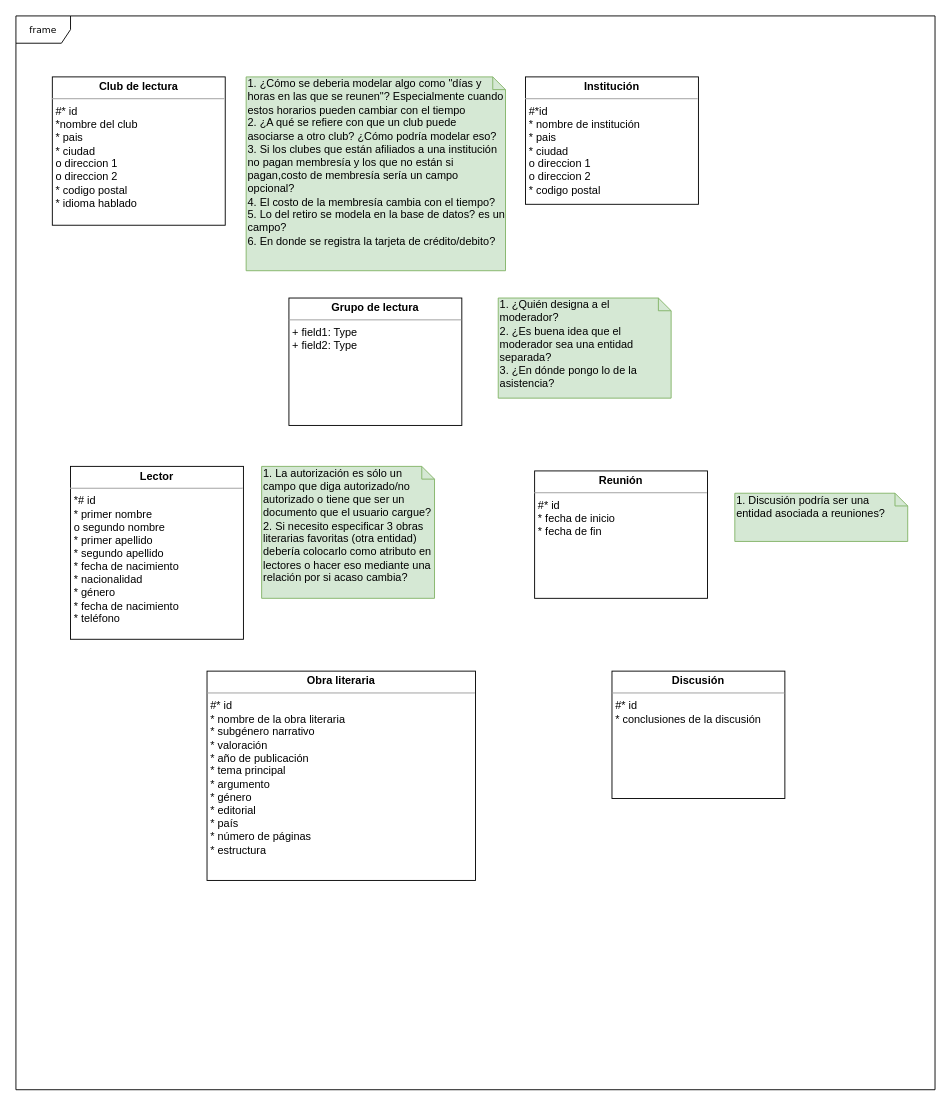
The draw.io diagram DB I/RC (Pseudo) Data structure.drawio in NeutronBlast/IS-Ex, before the edit. Source tidied: cells renumbered, new cells numbered last; positions are measured from the earlier drawing's top-left corner, leaving out a move shared by most shapes. Both pictures are drawn from the tidied source at 91%, with x=0, y=0 at pixel (15, 15).
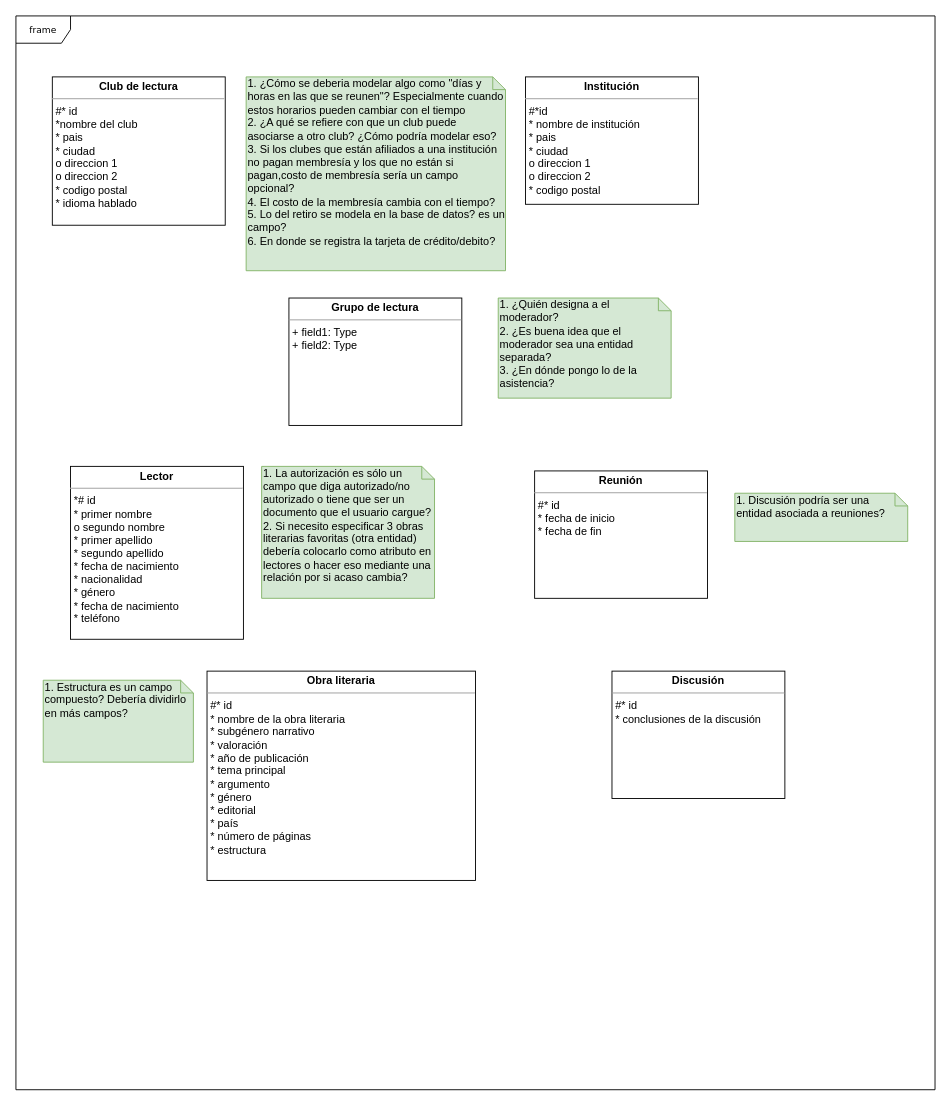
The same diagram, later.

Commit message:
i need help

Change to the diagram source:
```diff
@@
 <mxGraphModel background="#ffffff">
   <root>
     <mxCell id="0" />
     <mxCell id="1" parent="0" />
     <mxCell id="2" value="frame" style="shape=umlFrame;whiteSpace=wrap;html=1;rounded=0;shadow=0;comic=0;labelBackgroundColor=none;strokeColor=#000000;strokeWidth=1;fillColor=#ffffff;fontFamily=Verdana;fontSize=10;fontColor=#000000;align=center;" parent="1" vertex="1">
       <mxGeometry width="1010" height="1180" as="geometry" />
     </mxCell>
     <mxCell id="3" value="&lt;p style=&quot;margin: 0px ; margin-top: 4px ; text-align: center&quot;&gt;&lt;b&gt;Obra literaria&lt;/b&gt;&lt;/p&gt;&lt;hr size=&quot;1&quot;&gt;&lt;p style=&quot;margin: 0px ; margin-left: 4px&quot;&gt;#* id&lt;/p&gt;&lt;p style=&quot;margin: 0px ; margin-left: 4px&quot;&gt;* nombre de la obra literaria&lt;/p&gt;&lt;p style=&quot;margin: 0px ; margin-left: 4px&quot;&gt;* subgénero narrativo&lt;/p&gt;&lt;p style=&quot;margin: 0px ; margin-left: 4px&quot;&gt;* valoración&lt;/p&gt;&lt;p style=&quot;margin: 0px ; margin-left: 4px&quot;&gt;* año de publicación&lt;/p&gt;&lt;p style=&quot;margin: 0px ; margin-left: 4px&quot;&gt;* tema principal&lt;/p&gt;&lt;p style=&quot;margin: 0px ; margin-left: 4px&quot;&gt;* argumento&lt;/p&gt;&lt;p style=&quot;margin: 0px ; margin-left: 4px&quot;&gt;* género&lt;/p&gt;&lt;p style=&quot;margin: 0px ; margin-left: 4px&quot;&gt;* editorial&lt;/p&gt;&lt;p style=&quot;margin: 0px ; margin-left: 4px&quot;&gt;* país&lt;/p&gt;&lt;p style=&quot;margin: 0px ; margin-left: 4px&quot;&gt;* número de páginas&lt;/p&gt;&lt;p style=&quot;margin: 0px ; margin-left: 4px&quot;&gt;* estructura&lt;/p&gt;" style="verticalAlign=top;align=left;overflow=fill;fontSize=12;fontFamily=Helvetica;html=1;rounded=0;shadow=0;comic=0;labelBackgroundColor=none;strokeColor=#000000;strokeWidth=1;fillColor=#ffffff;" parent="1" vertex="1">
       <mxGeometry x="210" y="720" width="295" height="230" as="geometry" />
     </mxCell>
     <mxCell id="4" value="&lt;p style=&quot;margin: 0px ; margin-top: 4px ; text-align: center&quot;&gt;&lt;b&gt;Institución&lt;/b&gt;&lt;/p&gt;&lt;hr size=&quot;1&quot;&gt;&lt;p style=&quot;margin: 0px ; margin-left: 4px&quot;&gt;#*id&amp;nbsp;&lt;/p&gt;&lt;p style=&quot;margin: 0px ; margin-left: 4px&quot;&gt;* nombre de institución&lt;/p&gt;&lt;p style=&quot;margin: 0px 0px 0px 4px&quot;&gt;* pais&lt;/p&gt;&lt;p style=&quot;margin: 0px 0px 0px 4px&quot;&gt;* ciudad&lt;/p&gt;&lt;p style=&quot;margin: 0px 0px 0px 4px&quot;&gt;o direccion 1&lt;/p&gt;&lt;p style=&quot;margin: 0px 0px 0px 4px&quot;&gt;o direccion 2&lt;/p&gt;&lt;p style=&quot;margin: 0px 0px 0px 4px&quot;&gt;* codigo postal&lt;/p&gt;" style="verticalAlign=top;align=left;overflow=fill;fontSize=12;fontFamily=Helvetica;html=1;rounded=0;shadow=0;comic=0;labelBackgroundColor=none;strokeColor=#000000;strokeWidth=1;fillColor=#ffffff;" parent="1" vertex="1">
       <mxGeometry x="560" y="67" width="190" height="140" as="geometry" />
     </mxCell>
     <mxCell id="5" value="&lt;p style=&quot;margin: 0px ; margin-top: 4px ; text-align: center&quot;&gt;&lt;b&gt;Reunión&lt;/b&gt;&lt;/p&gt;&lt;hr size=&quot;1&quot;&gt;&lt;p style=&quot;margin: 0px ; margin-left: 4px&quot;&gt;#* id&lt;/p&gt;&lt;p style=&quot;margin: 0px ; margin-left: 4px&quot;&gt;* fecha de inicio&lt;/p&gt;&lt;p style=&quot;margin: 0px ; margin-left: 4px&quot;&gt;* fecha de fin&lt;/p&gt;" style="verticalAlign=top;align=left;overflow=fill;fontSize=12;fontFamily=Helvetica;html=1;rounded=0;shadow=0;comic=0;labelBackgroundColor=none;strokeColor=#000000;strokeWidth=1;fillColor=#ffffff;" parent="1" vertex="1">
       <mxGeometry x="570" y="500" width="190" height="140" as="geometry" />
     </mxCell>
     <mxCell id="6" value="&lt;p style=&quot;margin: 0px ; margin-top: 4px ; text-align: center&quot;&gt;&lt;b&gt;Club de lectura&lt;/b&gt;&lt;/p&gt;&lt;hr size=&quot;1&quot;&gt;&lt;p style=&quot;margin: 0px ; margin-left: 4px&quot;&gt;#* id&lt;/p&gt;&lt;p style=&quot;margin: 0px ; margin-left: 4px&quot;&gt;*nombre del club&lt;/p&gt;&lt;p style=&quot;margin: 0px ; margin-left: 4px&quot;&gt;* pais&lt;/p&gt;&lt;p style=&quot;margin: 0px ; margin-left: 4px&quot;&gt;* ciudad&lt;/p&gt;&lt;p style=&quot;margin: 0px ; margin-left: 4px&quot;&gt;o direccion 1&lt;/p&gt;&lt;p style=&quot;margin: 0px ; margin-left: 4px&quot;&gt;o direccion 2&lt;/p&gt;&lt;p style=&quot;margin: 0px ; margin-left: 4px&quot;&gt;* codigo postal&lt;/p&gt;&lt;p style=&quot;margin: 0px ; margin-left: 4px&quot;&gt;* idioma hablado&lt;/p&gt;&lt;p style=&quot;margin: 0px ; margin-left: 4px&quot;&gt;&lt;br&gt;&lt;/p&gt;" style="verticalAlign=top;align=left;overflow=fill;fontSize=12;fontFamily=Helvetica;html=1;rounded=0;shadow=0;comic=0;labelBackgroundColor=none;strokeColor=#000000;strokeWidth=1;fillColor=#ffffff;" parent="1" vertex="1">
       <mxGeometry x="40" y="67" width="190" height="163" as="geometry" />
     </mxCell>
     <mxCell id="7" value="&lt;p style=&quot;margin: 0px ; margin-top: 4px ; text-align: center&quot;&gt;&lt;b&gt;Lector&lt;/b&gt;&lt;/p&gt;&lt;hr size=&quot;1&quot;&gt;&lt;p style=&quot;margin: 0px ; margin-left: 4px&quot;&gt;*# id&lt;/p&gt;&lt;p style=&quot;margin: 0px ; margin-left: 4px&quot;&gt;* primer nombre&lt;/p&gt;&lt;p style=&quot;margin: 0px ; margin-left: 4px&quot;&gt;o segundo nombre&lt;/p&gt;&lt;p style=&quot;margin: 0px ; margin-left: 4px&quot;&gt;* primer apellido&lt;/p&gt;&lt;p style=&quot;margin: 0px ; margin-left: 4px&quot;&gt;* segundo apellido&lt;/p&gt;&lt;p style=&quot;margin: 0px ; margin-left: 4px&quot;&gt;* fecha de nacimiento&lt;/p&gt;&lt;p style=&quot;margin: 0px ; margin-left: 4px&quot;&gt;* nacionalidad&lt;/p&gt;&lt;p style=&quot;margin: 0px ; margin-left: 4px&quot;&gt;* género&lt;/p&gt;&lt;p style=&quot;margin: 0px ; margin-left: 4px&quot;&gt;* fecha de nacimiento&lt;/p&gt;&lt;p style=&quot;margin: 0px ; margin-left: 4px&quot;&gt;* teléfono&lt;/p&gt;" style="verticalAlign=top;align=left;overflow=fill;fontSize=12;fontFamily=Helvetica;html=1;rounded=0;shadow=0;comic=0;labelBackgroundColor=none;strokeColor=#000000;strokeWidth=1;fillColor=#ffffff;" parent="1" vertex="1">
       <mxGeometry x="60" y="495" width="190" height="190" as="geometry" />
     </mxCell>
     <mxCell id="8" value="&lt;p style=&quot;margin: 0px ; margin-top: 4px ; text-align: center&quot;&gt;&lt;b&gt;Grupo de lectura&lt;/b&gt;&lt;/p&gt;&lt;hr size=&quot;1&quot;&gt;&lt;p style=&quot;margin: 0px ; margin-left: 4px&quot;&gt;+ field1: Type&lt;br&gt;+ field2: Type&lt;/p&gt;" style="verticalAlign=top;align=left;overflow=fill;fontSize=12;fontFamily=Helvetica;html=1;rounded=0;shadow=0;comic=0;labelBackgroundColor=none;strokeColor=#000000;strokeWidth=1;fillColor=#ffffff;" parent="1" vertex="1">
       <mxGeometry x="300" y="310" width="190" height="140" as="geometry" />
     </mxCell>
     <mxCell id="9" value="1. ¿Cómo se deberia modelar algo como &quot;días y horas en las que se reunen&quot;? Especialmente cuando estos horarios pueden cambiar con el tiempo&lt;br&gt;2. ¿A qué se refiere con que un club puede asociarse a otro club? ¿Cómo podría modelar eso?&lt;br&gt;3. Si los clubes que están afiliados a una institución no pagan membresía y los que no están si pagan,costo de membresía sería un campo opcional?&lt;br&gt;4. El costo de la membresía cambia con el tiempo?&lt;br&gt;5. Lo del retiro se modela en la base de datos? es un campo?&lt;br&gt;6. En donde se registra la tarjeta de crédito/debito?" style="shape=note;whiteSpace=wrap;html=1;size=14;verticalAlign=top;align=left;spacingTop=-6;fillColor=#d5e8d4;strokeColor=#82b366;" parent="1" vertex="1">
       <mxGeometry x="253" y="67" width="285" height="213" as="geometry" />
     </mxCell>
     <mxCell id="10" value="1. La autorización es sólo un campo que diga autorizado/no autorizado o tiene que ser un documento que el usuario cargue?&lt;br&gt;2. Si necesito especificar 3 obras literarias favoritas (otra entidad) debería colocarlo como atributo en lectores o hacer eso mediante una relación por si acaso cambia?" style="shape=note;whiteSpace=wrap;html=1;size=14;verticalAlign=top;align=left;spacingTop=-6;fillColor=#d5e8d4;strokeColor=#82b366;" parent="1" vertex="1">
       <mxGeometry x="270" y="495" width="190" height="145" as="geometry" />
     </mxCell>
     <mxCell id="11" value="1. ¿Quién designa a el moderador?&lt;br&gt;2. ¿Es buena idea que el moderador sea una entidad separada?&lt;br&gt;3. ¿En dónde pongo lo de la asistencia?" style="shape=note;whiteSpace=wrap;html=1;size=14;verticalAlign=top;align=left;spacingTop=-6;fillColor=#d5e8d4;strokeColor=#82b366;" parent="1" vertex="1">
       <mxGeometry x="530" y="310" width="190" height="110" as="geometry" />
     </mxCell>
     <mxCell id="12" value="1. Discusión podría ser una entidad asociada a reuniones?" style="shape=note;whiteSpace=wrap;html=1;size=14;verticalAlign=top;align=left;spacingTop=-6;fillColor=#d5e8d4;strokeColor=#82b366;" parent="1" vertex="1">
       <mxGeometry x="790" y="524.5" width="190" height="53" as="geometry" />
     </mxCell>
     <mxCell id="13" value="&lt;p style=&quot;margin: 0px ; margin-top: 4px ; text-align: center&quot;&gt;&lt;b&gt;Discusión&lt;/b&gt;&lt;/p&gt;&lt;hr size=&quot;1&quot;&gt;&lt;p style=&quot;margin: 0px ; margin-left: 4px&quot;&gt;#* id&lt;/p&gt;&lt;p style=&quot;margin: 0px ; margin-left: 4px&quot;&gt;* conclusiones de la discusión&lt;/p&gt;" style="verticalAlign=top;align=left;overflow=fill;fontSize=12;fontFamily=Helvetica;html=1;rounded=0;shadow=0;comic=0;labelBackgroundColor=none;strokeColor=#000000;strokeWidth=1;fillColor=#ffffff;" parent="1" vertex="1">
       <mxGeometry x="655" y="720" width="190" height="140" as="geometry" />
     </mxCell>
+    <mxCell id="14" value="1. Estructura es un campo compuesto? Debería dividirlo en más campos?" style="shape=note;whiteSpace=wrap;html=1;size=14;verticalAlign=top;align=left;spacingTop=-6;fillColor=#d5e8d4;strokeColor=#82b366;" parent="1" vertex="1">
+      <mxGeometry x="30" y="730" width="165" height="90" as="geometry" />
+    </mxCell>
   </root>
 </mxGraphModel>
```
